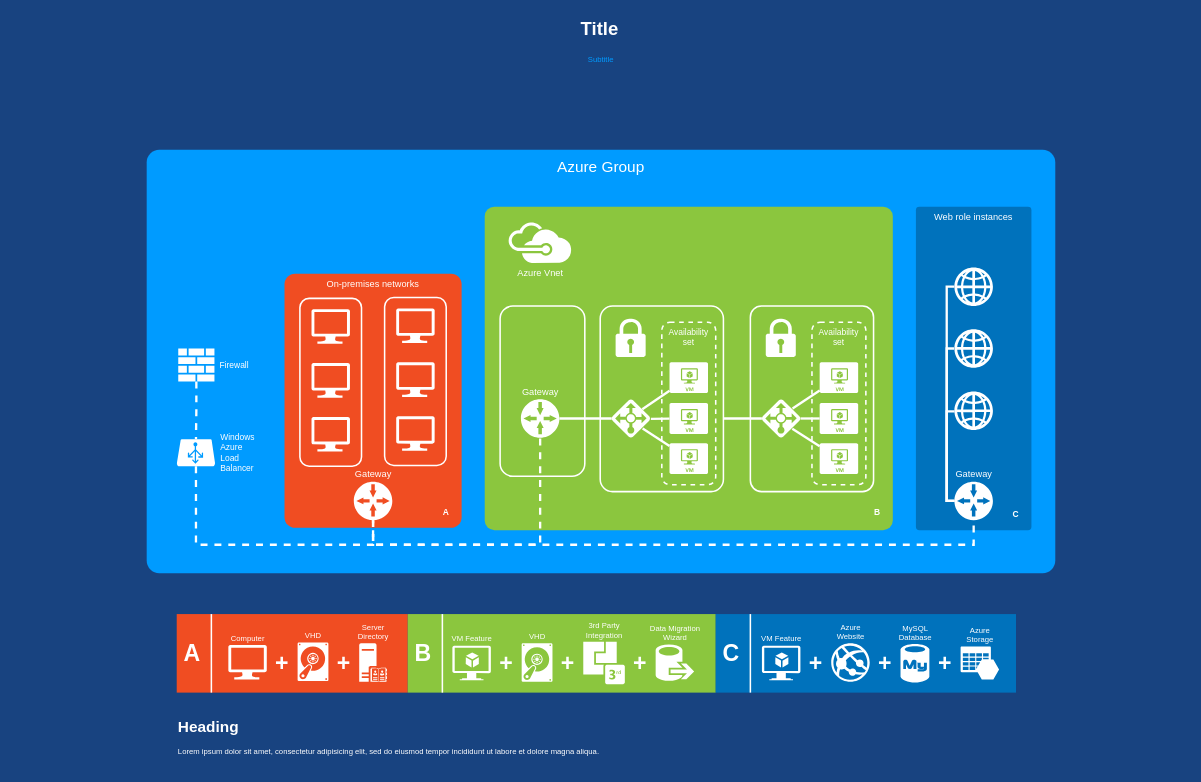
This is Untitled Diagram.drawio from riki-90/RMSI, a draw.io file, before an edit. Source tidied: cells renumbered, new cells numbered last; positions are measured from the earlier drawing's top-left corner, leaving out a move shared by most shapes. Both pictures are drawn from the tidied source at 77%, with x=0, y=0 at pixel (13, 13).
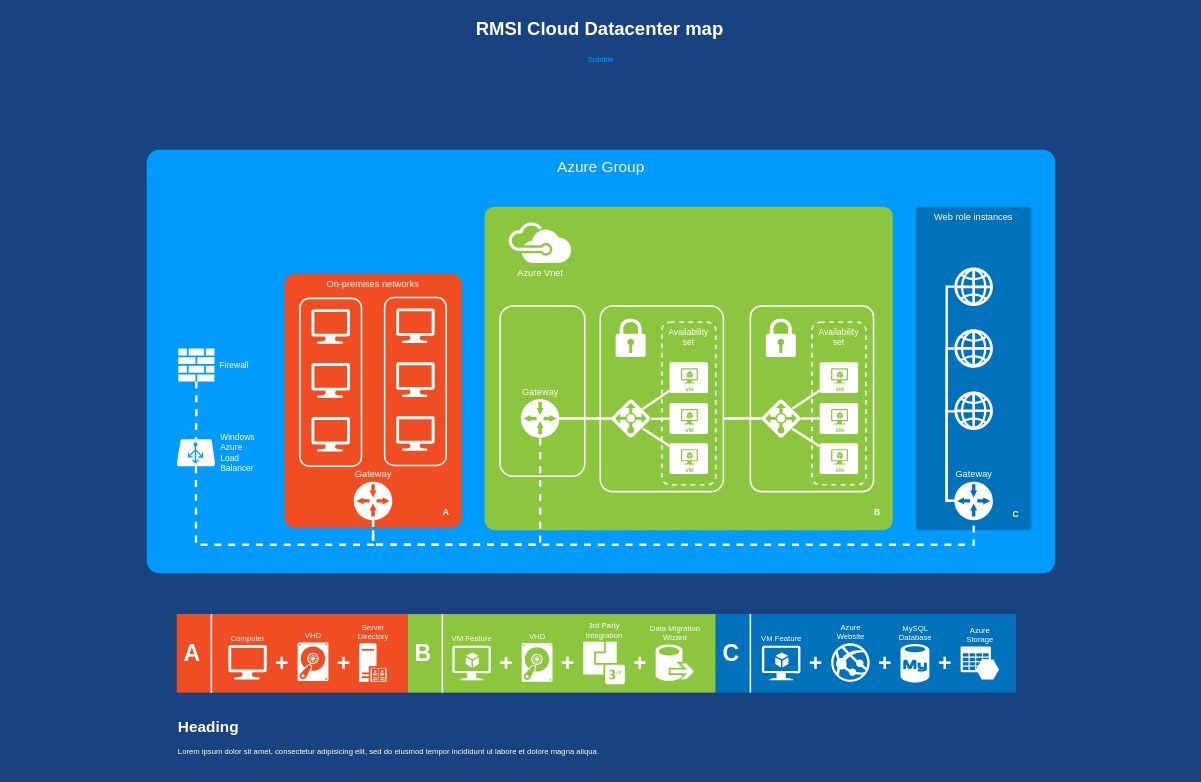
The same page after the edit.

Diff of the diagram source:
```diff
@@
-    <mxCell id="83" value="Title" style="text;strokeColor=none;fillColor=none;html=1;fontSize=24;fontStyle=1;verticalAlign=middle;align=center;rounded=0;shadow=0;fontColor=#FFFFFF;" parent="1" vertex="1">
+    <mxCell id="83" value="RMSI Cloud Datacenter map" style="text;strokeColor=none;fillColor=none;html=1;fontSize=24;fontStyle=1;verticalAlign=middle;align=center;rounded=0;shadow=0;fontColor=#FFFFFF;" parent="1" vertex="1">
       <mxGeometry x="6" width="1510" height="40" as="geometry" />
     </mxCell>
```
